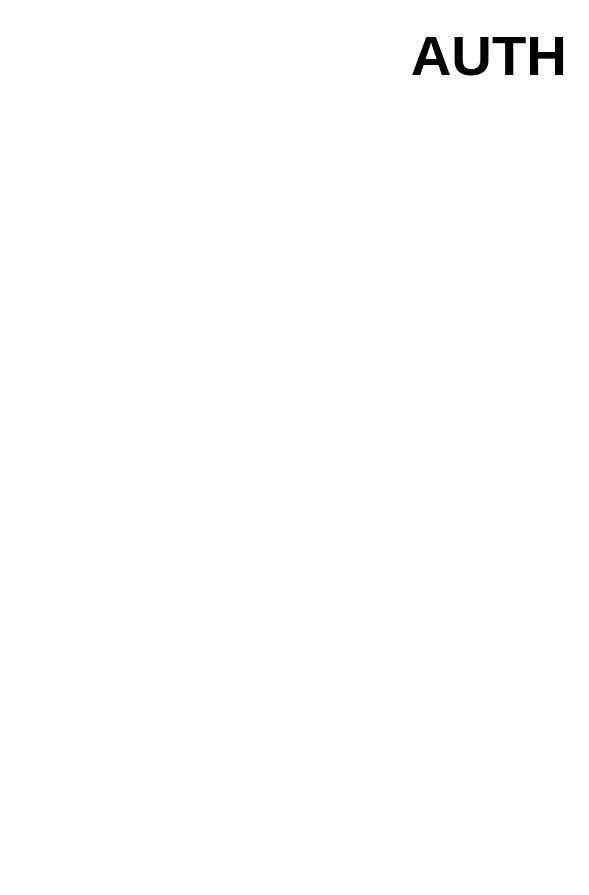
Before: diagram/251127_AUTH_flow.drawio in Jwoo0725/Ki, a draw.io diagram. Source tidied: cells renumbered, new cells numbered last; positions are measured from the earlier drawing's top-left corner, leaving out a move shared by most shapes. Both pictures are drawn from the tidied source at 125%, with x=0, y=0 at pixel (451, 36).
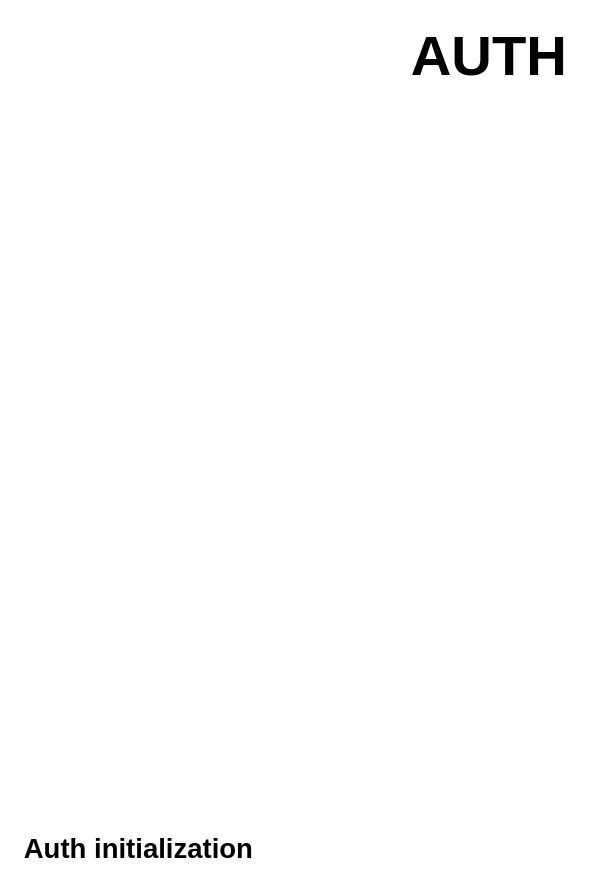
The same page after the edit.

The edit, as a diff of the source:
```diff
@@
 <mxGraphModel>
   <root>
     <mxCell id="0" />
     <mxCell id="1" parent="0" />
     <mxCell id="2" value="AUTH" style="text;html=1;whiteSpace=wrap;strokeColor=none;fillColor=none;align=center;verticalAlign=middle;rounded=0;fontStyle=1;fontSize=45;" parent="1" vertex="1">
       <mxGeometry width="60" height="30" as="geometry" />
     </mxCell>
+    <mxCell id="3" value="&lt;b&gt;Auth initialization&lt;/b&gt;" style="text;html=1;whiteSpace=wrap;strokeColor=none;fillColor=none;align=left;verticalAlign=middle;rounded=0;fontSize=22;" parent="1" vertex="1">
+      <mxGeometry x="-344" y="630" width="230" height="40" as="geometry" />
+    </mxCell>
   </root>
 </mxGraphModel>
```
